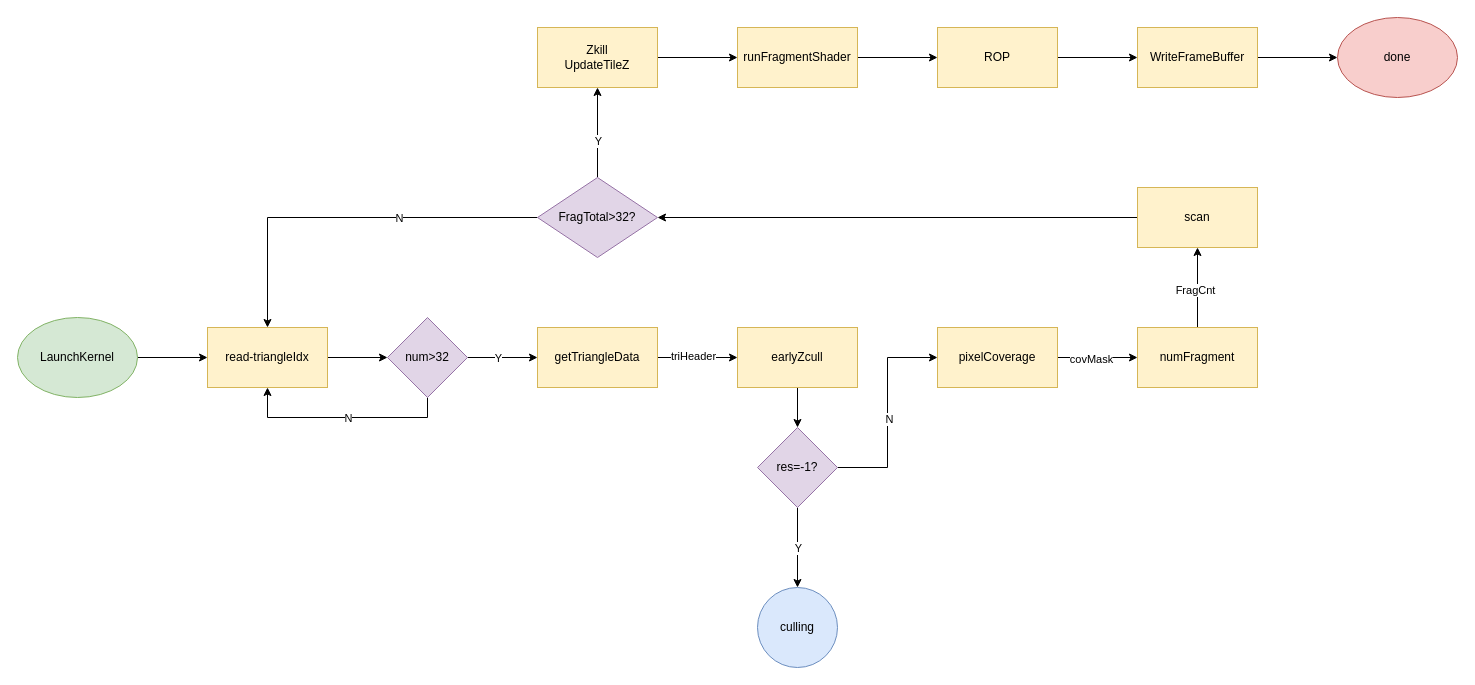
This is fine_raster.drawio from spaceboy202105/img, a draw.io file, before an edit. Source tidied: cells renumbered, new cells numbered last; positions are measured from the earlier drawing's top-left corner, leaving out a move shared by most shapes. Both pictures are drawn from the tidied source at 100%, with x=0, y=0 at pixel (17, 17).
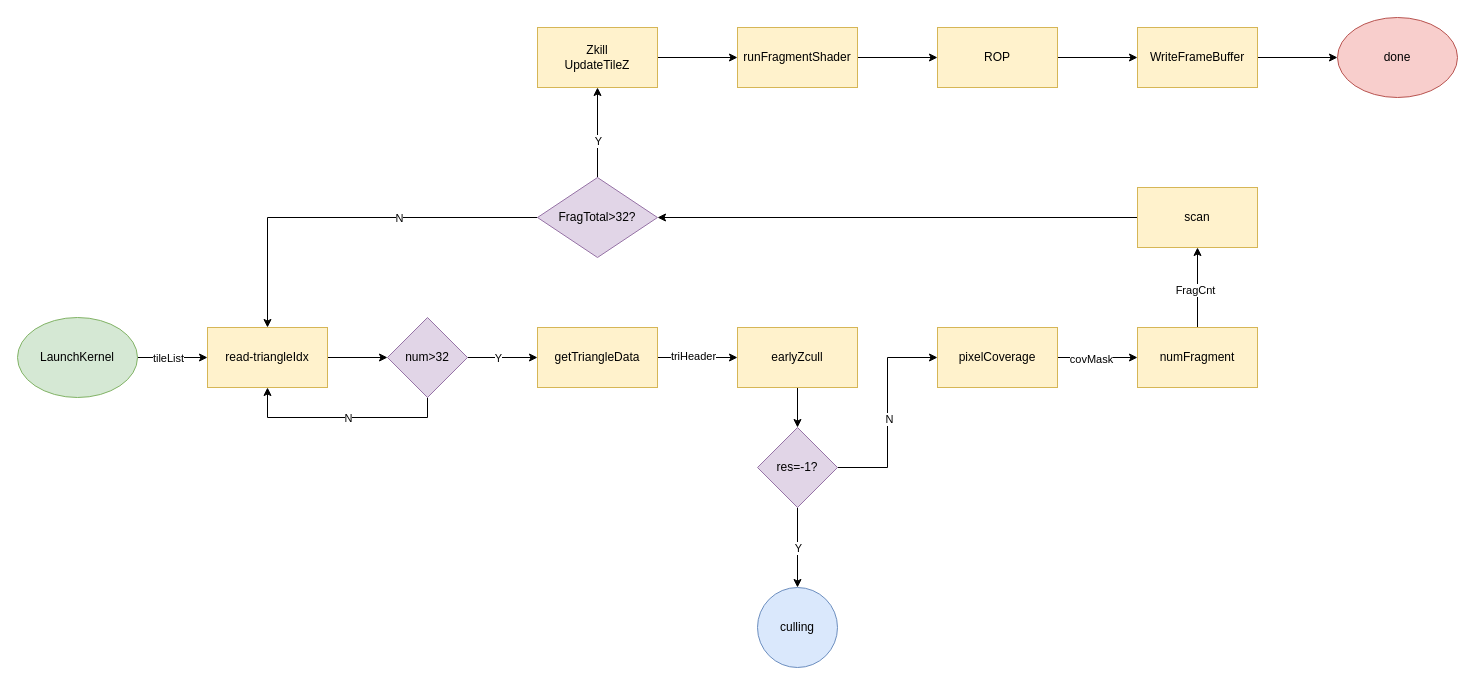
The same page after the edit.

Unchanged cells that the change refers to:
```xml
<mxCell id="41" style="edgeStyle=orthogonalEdgeStyle;rounded=0;jettySize=auto;html=1;" parent="1" edge="1" source="42" target="3">
  <mxGeometry relative="1" as="geometry" />
</mxCell>
```

Change to the diagram source:
```diff
@@
+    <mxCell id="44" value="tileList" style="edgeLabel;html=1;align=center;verticalAlign=middle;" parent="41" vertex="1">
+      <mxGeometry x="0.22" y="-2" relative="1" as="geometry">
+        <mxPoint x="-13" y="-2" as="offset" />
+      </mxGeometry>
+    </mxCell>
```
